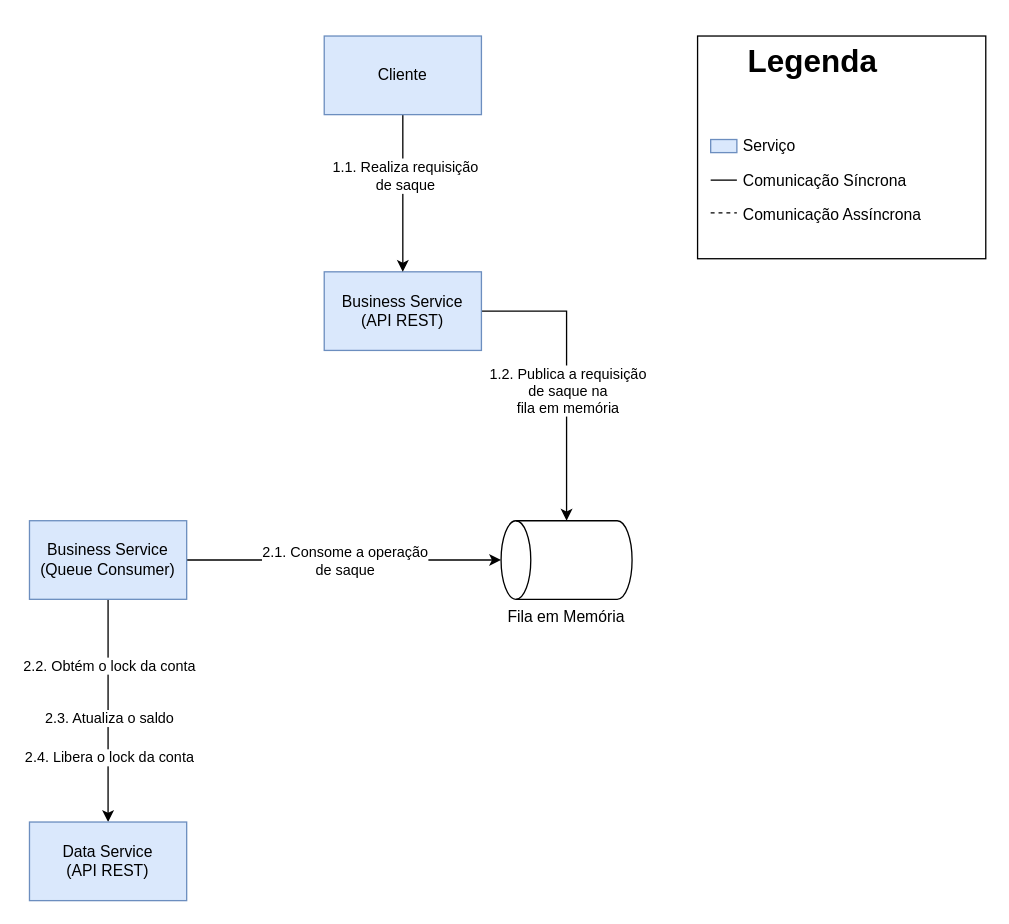
The draw.io diagram page "ServidorDeNegocio-Saque" (4 of 5) of docs/diagrama-servidor-negocio.drawio in eaneto/distributed-bank, before the edit. Source tidied: cells renumbered, new cells numbered last; positions are measured from the earlier drawing's top-left corner, leaving out a move shared by most shapes. Both pictures are drawn from the tidied source at 131%, with x=0, y=0 at pixel (29, 35).
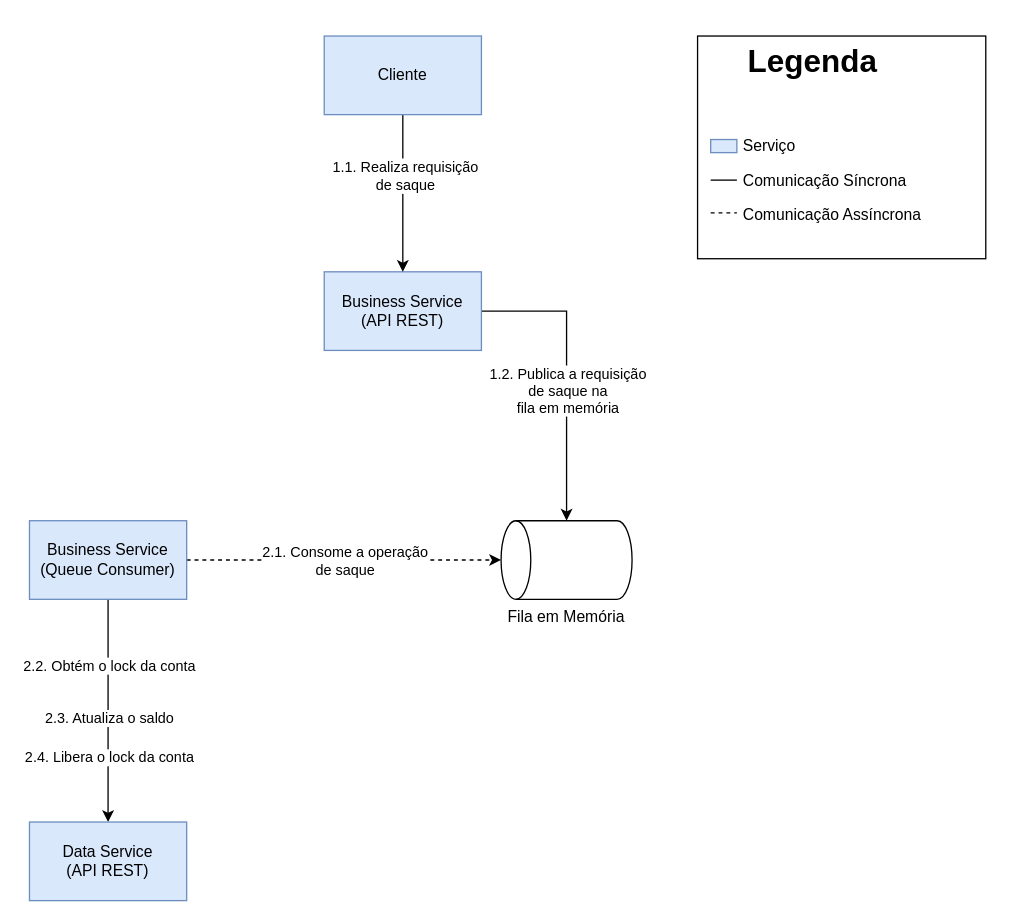
Above is the later version.

Unchanged cells that the change refers to:
```xml
<mxCell id="9" value="Business Service&lt;br&gt;(Queue Consumer)" style="rounded=0;whiteSpace=wrap;html=1;fillColor=#dae8fc;strokeColor=#6c8ebf;" parent="1" vertex="1">
  <mxGeometry y="370" width="120" height="60" as="geometry" />
</mxCell>
<mxCell id="10" value="Fila em Memória" style="shape=cylinder3;whiteSpace=wrap;html=1;boundedLbl=1;backgroundOutline=1;size=11.341055198427057;rotation=0;labelPosition=center;verticalLabelPosition=bottom;align=center;verticalAlign=top;textDirection=ltr;horizontal=1;direction=north;" parent="1" vertex="1">
  <mxGeometry x="360" y="370" width="100" height="60" as="geometry" />
</mxCell>
```

The edit, as a diff of the source:
```diff
@@
-    <mxCell id="5" style="edgeStyle=orthogonalEdgeStyle;rounded=0;jettySize=auto;html=1;entryX=0.5;entryY=0;entryDx=0;entryDy=0;entryPerimeter=0;" parent="1" edge="1" source="9" target="10">
+    <mxCell id="5" style="edgeStyle=orthogonalEdgeStyle;rounded=0;jettySize=auto;html=1;entryX=0.5;entryY=0;entryDx=0;entryDy=0;entryPerimeter=0;dashed=1;" parent="1" edge="1" source="9" target="10">
       <mxGeometry relative="1" as="geometry" />
     </mxCell>
```
